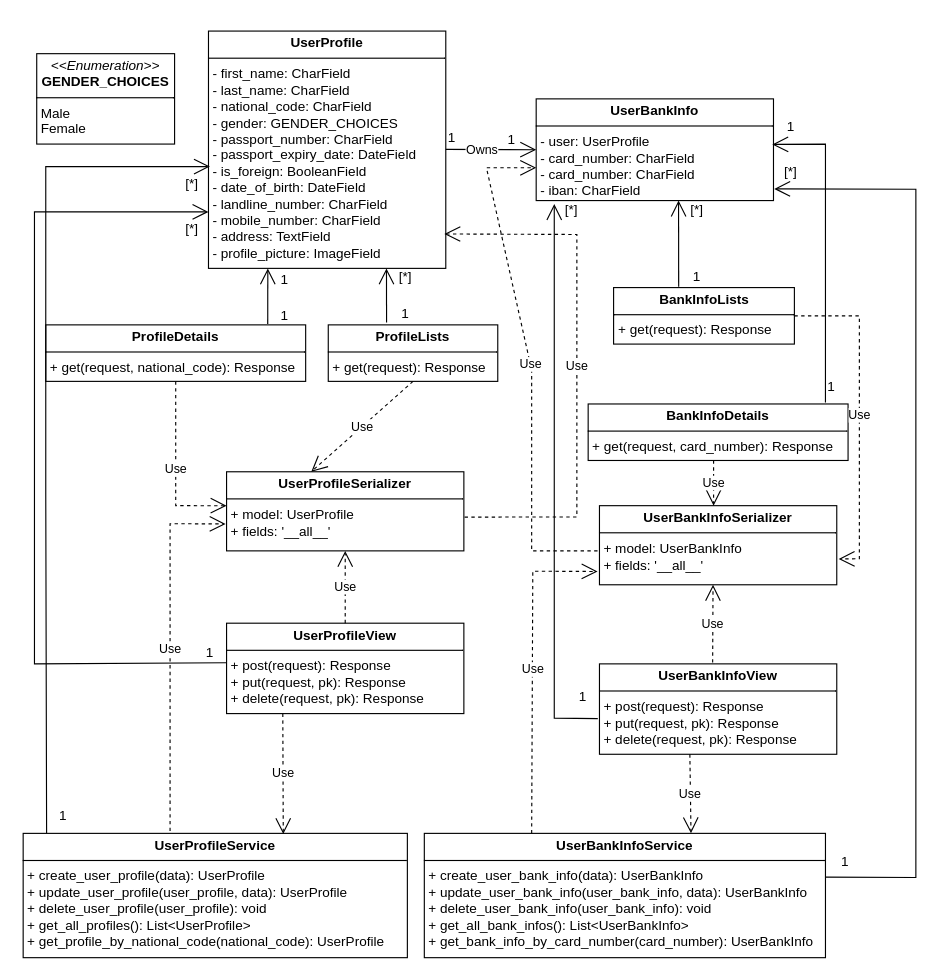
Travel-Booking-Framework/ProfilesService keeps this draw.io diagram as Class-Diagram/ProfilesService-Class-Diagram.drawio. Above is the earlier version. Source tidied: cells renumbered, new cells numbered last; positions are measured from the earlier drawing's top-left corner, leaving out a move shared by most shapes. Both pictures are drawn from the tidied source at 113%, with x=0, y=0 at pixel (23, 31).
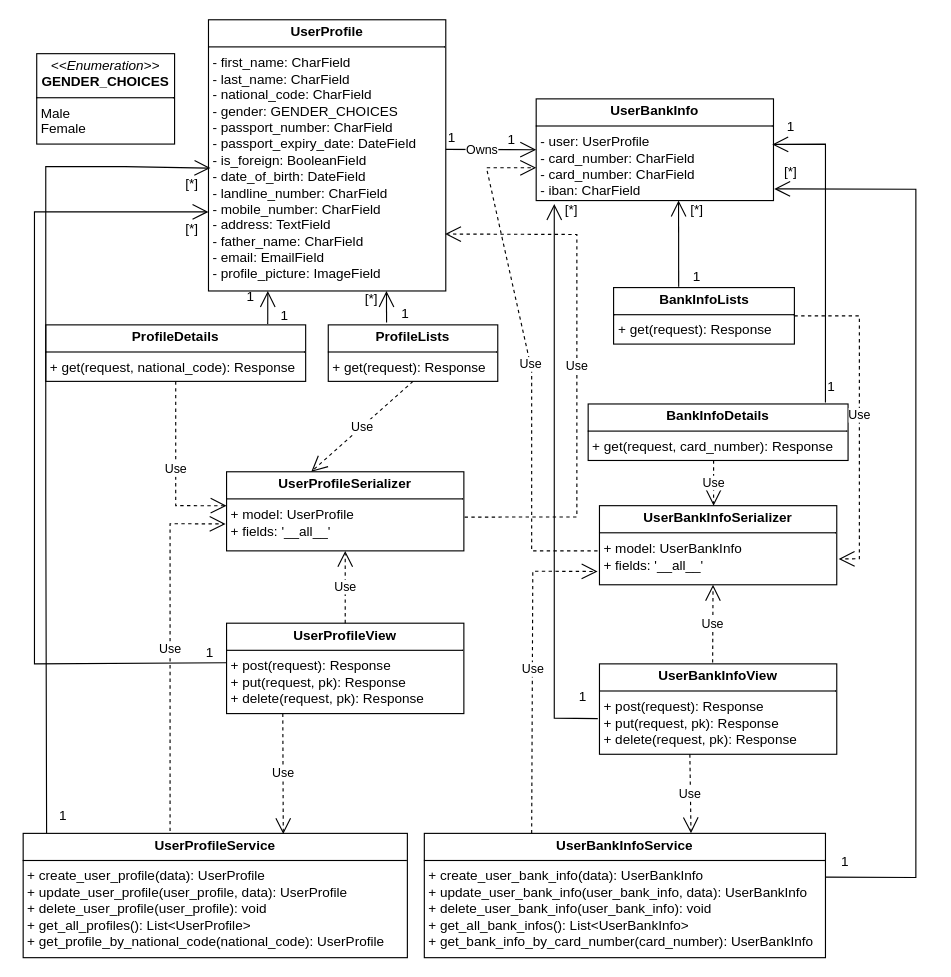
The same diagram, later.

Unchanged cells that the change refers to:
```xml
<mxCell id="5" value="&lt;p style=&quot;margin:0px;margin-top:4px;text-align:center;&quot;&gt;&lt;b&gt;UserProfileService&lt;/b&gt;&lt;/p&gt;&lt;hr size=&quot;1&quot; style=&quot;border-style:solid;&quot;&gt;&lt;p style=&quot;margin:0px;margin-left:4px;&quot;&gt;+ create_user_profile(data): UserProfile&lt;/p&gt;&lt;p style=&quot;margin:0px;margin-left:4px;&quot;&gt;+&amp;nbsp;&lt;span style=&quot;background-color: initial;&quot;&gt;update_user_profile(&lt;/span&gt;&lt;span style=&quot;background-color: initial;&quot;&gt;user_profile,&amp;nbsp;&lt;/span&gt;&lt;span style=&quot;background-color: initial;&quot;&gt;data): UserProfile&lt;/span&gt;&lt;/p&gt;&lt;p style=&quot;margin:0px;margin-left:4px;&quot;&gt;&lt;span style=&quot;background-color: initial;&quot;&gt;+&amp;nbsp;&lt;/span&gt;&lt;span style=&quot;background-color: initial;&quot;&gt;delete_user_profile(user_profile): void&lt;/span&gt;&lt;/p&gt;&lt;p style=&quot;margin:0px;margin-left:4px;&quot;&gt;&lt;span style=&quot;background-color: initial;&quot;&gt;+ get_all_profiles(): List&amp;lt;UserProfile&amp;gt;&lt;/span&gt;&lt;/p&gt;&lt;p style=&quot;margin:0px;margin-left:4px;&quot;&gt;&lt;span style=&quot;background-color: initial;&quot;&gt;+ get_profile_by_national_code(national_code): UserProfile&lt;/span&gt;&lt;/p&gt;" style="verticalAlign=top;align=left;overflow=fill;html=1;whiteSpace=wrap;" parent="1" vertex="1">
  <mxGeometry y="710" width="340" height="110" as="geometry" />
</mxCell>
<mxCell id="7" value="&lt;p style=&quot;margin:0px;margin-top:4px;text-align:center;&quot;&gt;&lt;b&gt;UserProfileSerializer&lt;/b&gt;&lt;/p&gt;&lt;hr size=&quot;1&quot; style=&quot;border-style:solid;&quot;&gt;&lt;p style=&quot;margin:0px;margin-left:4px;&quot;&gt;+ model: UserProfile&lt;/p&gt;&lt;p style=&quot;margin:0px;margin-left:4px;&quot;&gt;+ fields: '__all__'&lt;/p&gt;" style="verticalAlign=top;align=left;overflow=fill;html=1;whiteSpace=wrap;" parent="1" vertex="1">
  <mxGeometry x="180" y="390" width="210" height="70" as="geometry" />
</mxCell>
```

Change to the diagram source:
```diff
@@
-    <mxCell id="2" value="&lt;p style=&quot;margin:0px;margin-top:4px;text-align:center;&quot;&gt;&lt;b&gt;UserProfile&lt;/b&gt;&lt;/p&gt;&lt;hr size=&quot;1&quot; style=&quot;border-style:solid;&quot;&gt;&lt;p style=&quot;margin:0px;margin-left:4px;&quot;&gt;- first_name: CharField&lt;/p&gt;&lt;p style=&quot;margin:0px;margin-left:4px;&quot;&gt;- last_name: CharField&lt;br&gt;&lt;/p&gt;&lt;p style=&quot;margin:0px;margin-left:4px;&quot;&gt;- national_code:&amp;nbsp;&lt;span style=&quot;background-color: initial;&quot;&gt;CharField&lt;/span&gt;&lt;/p&gt;&lt;p style=&quot;margin:0px;margin-left:4px;&quot;&gt;- gender: GENDER_CHOICES&lt;/p&gt;&lt;p style=&quot;margin:0px;margin-left:4px;&quot;&gt;- passport_number:&amp;nbsp;&lt;span style=&quot;background-color: initial;&quot;&gt;CharField&lt;/span&gt;&lt;/p&gt;&lt;p style=&quot;margin:0px;margin-left:4px;&quot;&gt;- passport_expiry_date: DateField&lt;/p&gt;&lt;p style=&quot;margin:0px;margin-left:4px;&quot;&gt;- is_foreign: BooleanField&lt;/p&gt;&lt;p style=&quot;margin:0px;margin-left:4px;&quot;&gt;- date_of_birth: DateField&lt;/p&gt;&lt;p style=&quot;margin:0px;margin-left:4px;&quot;&gt;- landline_number:&amp;nbsp;&lt;span style=&quot;background-color: initial;&quot;&gt;CharField&lt;/span&gt;&lt;/p&gt;&lt;p style=&quot;margin:0px;margin-left:4px;&quot;&gt;- mobile_number:&amp;nbsp;&lt;span style=&quot;background-color: initial;&quot;&gt;CharField&lt;/span&gt;&lt;/p&gt;&lt;p style=&quot;margin:0px;margin-left:4px;&quot;&gt;- address: TextField&lt;/p&gt;&lt;p style=&quot;margin:0px;margin-left:4px;&quot;&gt;&lt;span style=&quot;background-color: initial;&quot;&gt;- profile_picture: ImageField&lt;/span&gt;&lt;/p&gt;" style="verticalAlign=top;align=left;overflow=fill;html=1;whiteSpace=wrap;" parent="1" vertex="1">
-      <mxGeometry x="164" width="210" height="210" as="geometry" />
+    <mxCell id="2" value="&lt;p style=&quot;margin:0px;margin-top:4px;text-align:center;&quot;&gt;&lt;b&gt;UserProfile&lt;/b&gt;&lt;/p&gt;&lt;hr size=&quot;1&quot; style=&quot;border-style:solid;&quot;&gt;&lt;p style=&quot;margin:0px;margin-left:4px;&quot;&gt;- first_name: CharField&lt;/p&gt;&lt;p style=&quot;margin:0px;margin-left:4px;&quot;&gt;- last_name: CharField&lt;br&gt;&lt;/p&gt;&lt;p style=&quot;margin:0px;margin-left:4px;&quot;&gt;- national_code:&amp;nbsp;&lt;span style=&quot;background-color: initial;&quot;&gt;CharField&lt;/span&gt;&lt;/p&gt;&lt;p style=&quot;margin:0px;margin-left:4px;&quot;&gt;- gender: GENDER_CHOICES&lt;/p&gt;&lt;p style=&quot;margin:0px;margin-left:4px;&quot;&gt;- passport_number:&amp;nbsp;&lt;span style=&quot;background-color: initial;&quot;&gt;CharField&lt;/span&gt;&lt;/p&gt;&lt;p style=&quot;margin:0px;margin-left:4px;&quot;&gt;- passport_expiry_date: DateField&lt;/p&gt;&lt;p style=&quot;margin:0px;margin-left:4px;&quot;&gt;- is_foreign: BooleanField&lt;/p&gt;&lt;p style=&quot;margin:0px;margin-left:4px;&quot;&gt;- date_of_birth: DateField&lt;/p&gt;&lt;p style=&quot;margin:0px;margin-left:4px;&quot;&gt;- landline_number:&amp;nbsp;&lt;span style=&quot;background-color: initial;&quot;&gt;CharField&lt;/span&gt;&lt;/p&gt;&lt;p style=&quot;margin:0px;margin-left:4px;&quot;&gt;- mobile_number:&amp;nbsp;&lt;span style=&quot;background-color: initial;&quot;&gt;CharField&lt;/span&gt;&lt;/p&gt;&lt;p style=&quot;margin:0px;margin-left:4px;&quot;&gt;- address: TextField&lt;/p&gt;&lt;p style=&quot;margin:0px;margin-left:4px;&quot;&gt;- father_name: CharField&lt;/p&gt;&lt;p style=&quot;margin:0px;margin-left:4px;&quot;&gt;- email: EmailField&lt;/p&gt;&lt;p style=&quot;margin:0px;margin-left:4px;&quot;&gt;&lt;span style=&quot;background-color: initial;&quot;&gt;- profile_picture: ImageField&lt;/span&gt;&lt;/p&gt;" style="verticalAlign=top;align=left;overflow=fill;html=1;whiteSpace=wrap;" parent="1" vertex="1">
+      <mxGeometry x="164" y="-10" width="210" height="240" as="geometry" />
     </mxCell>
@@
     <mxCell id="22" value="1" style="text;html=1;align=center;verticalAlign=middle;strokeColor=none;fillColor=none;" parent="1" vertex="1">
-      <mxGeometry x="216" y="205" width="30" height="30" as="geometry" />
+      <mxGeometry x="186" y="220" width="30" height="30" as="geometry" />
     </mxCell>
@@
     <mxCell id="24" value="[*]" style="text;html=1;align=center;verticalAlign=middle;strokeColor=none;fillColor=none;" parent="1" vertex="1">
-      <mxGeometry x="323" y="203" width="30" height="30" as="geometry" />
+      <mxGeometry x="293" y="222" width="30" height="30" as="geometry" />
     </mxCell>
@@
-    <mxCell id="27" value="Use" style="endArrow=open;endSize=12;dashed=1;html=1;rounded=0;entryX=0.994;entryY=0.855;entryDx=0;entryDy=0;entryPerimeter=0;exitX=1.003;exitY=0.573;exitDx=0;exitDy=0;exitPerimeter=0;" parent="1" edge="1" source="7" target="2">
+    <mxCell id="27" value="Use" style="endArrow=open;endSize=12;dashed=1;html=1;rounded=0;entryX=0.997;entryY=0.79;entryDx=0;entryDy=0;entryPerimeter=0;exitX=1.003;exitY=0.573;exitDx=0;exitDy=0;exitPerimeter=0;" parent="1" edge="1" source="7" target="2">
       <mxGeometry relative="1" as="geometry">
         <Array as="points">
           <mxPoint x="490" y="430" />
           <mxPoint x="490" y="300" />
           <mxPoint x="490" y="180" />
         </Array>
       </mxGeometry>
     </mxCell>
@@
-    <mxCell id="45" style="endArrow=open;endFill=1;endSize=12;html=1;rounded=0;exitX=0.061;exitY=-0.003;exitDx=0;exitDy=0;exitPerimeter=0;entryX=0.006;entryY=0.571;entryDx=0;entryDy=0;entryPerimeter=0;" parent="1" edge="1" source="5" target="2">
+    <mxCell id="45" style="endArrow=open;endFill=1;endSize=12;html=1;rounded=0;exitX=0.061;exitY=-0.003;exitDx=0;exitDy=0;exitPerimeter=0;entryX=0.008;entryY=0.547;entryDx=0;entryDy=0;entryPerimeter=0;" parent="1" edge="1" source="5" target="2">
       <mxGeometry relative="1" as="geometry">
         <Array as="points">
           <mxPoint x="20" y="410" />
           <mxPoint x="20" y="120" />
           <mxPoint x="90" y="120" />
         </Array>
       </mxGeometry>
     </mxCell>
```
